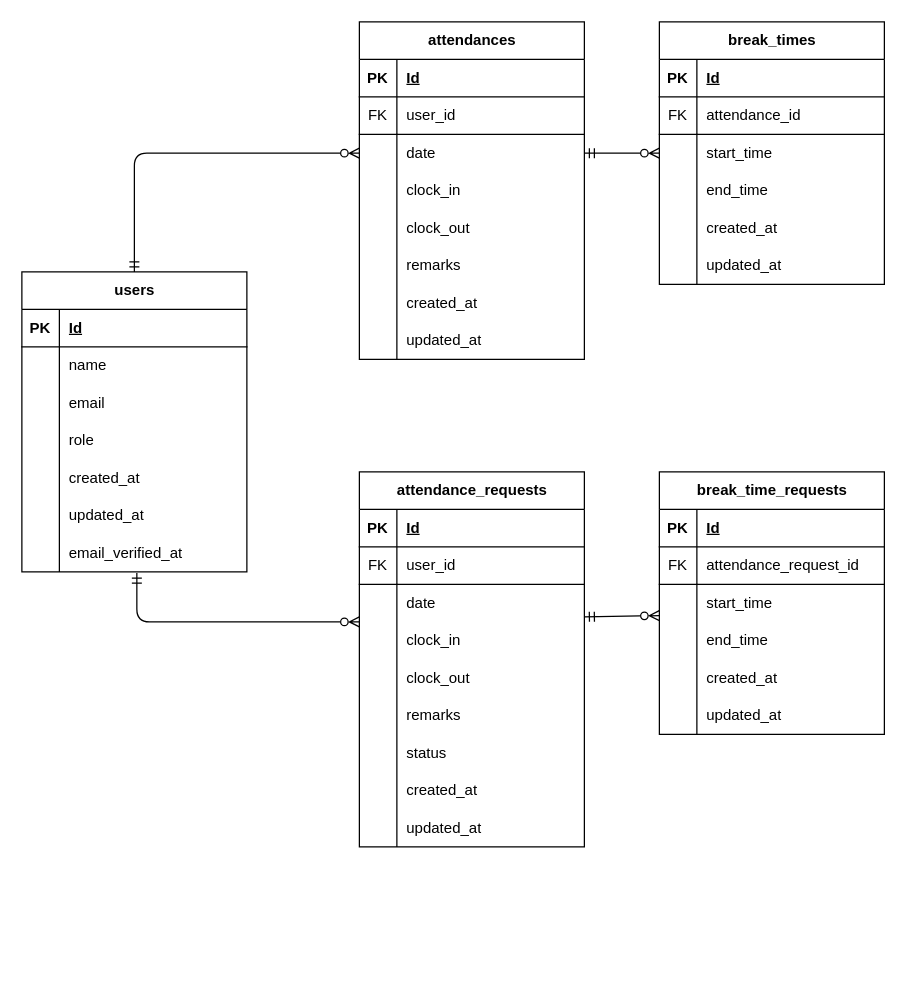
sugamura-aya/attendance-management-app keeps this draw.io diagram as docs/er-diagram.drawio. Above is the earlier version. Source tidied: cells renumbered, new cells numbered last; positions are measured from the earlier drawing's top-left corner, leaving out a move shared by most shapes. Both pictures are drawn from the tidied source at 125%, with x=0, y=0 at pixel (21, 21).
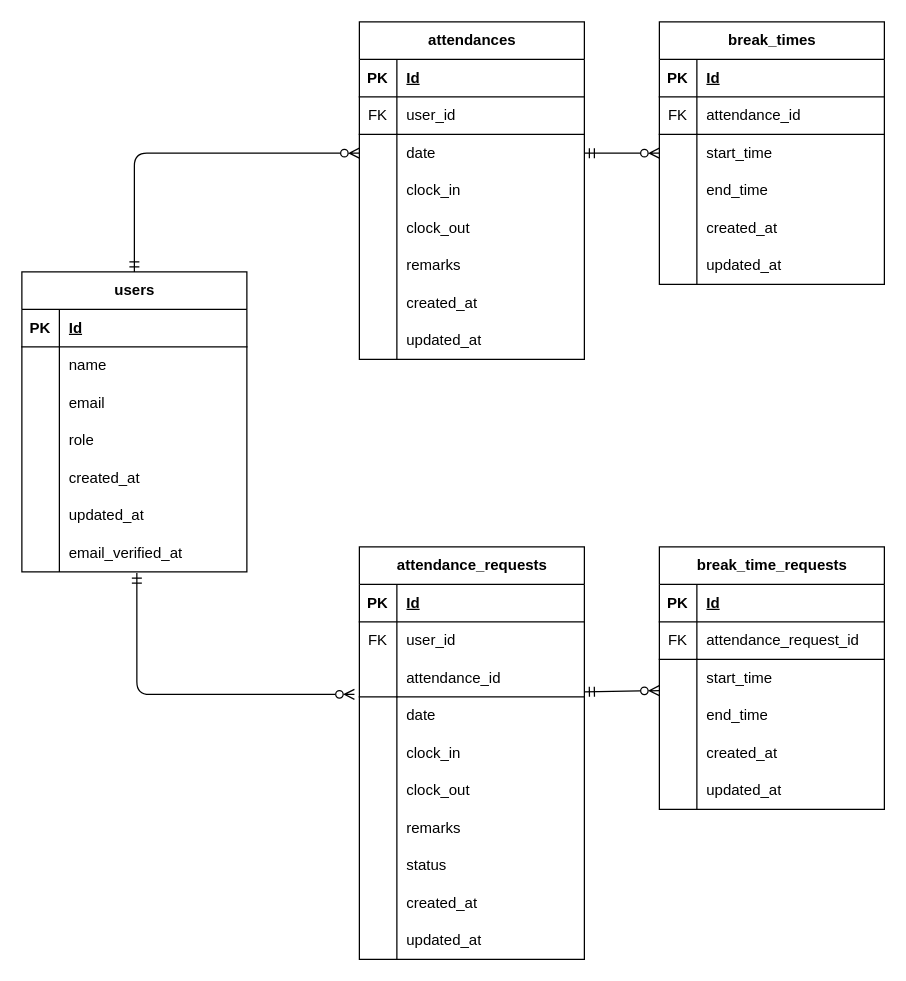
The same diagram, later.

Unchanged cells that the change refers to:
```xml
<mxCell id="21" style="shape=tableRow;horizontal=0;startSize=0;swimlaneHead=0;swimlaneBody=0;fillColor=none;points=[[0,0.5],[1,0.5]];portConstraint=eastwest;top=0;left=0;right=0;bottom=0;" parent="2" vertex="1">
  <mxGeometry y="210" width="180" height="30" as="geometry" />
</mxCell>
<mxCell id="74" style="shape=tableRow;horizontal=0;startSize=0;swimlaneHead=0;swimlaneBody=0;fillColor=none;top=0;left=0;right=0;bottom=0;" parent="70" vertex="1">
  <mxGeometry y="60" width="180" height="30" as="geometry" />
</mxCell>
<mxCell id="105" style="shape=tableRow;horizontal=0;startSize=0;swimlaneHead=0;swimlaneBody=0;fillColor=none;points=[[0,0.5],[1,0.5]];portConstraint=eastwest;top=0;left=0;right=0;bottom=0;" parent="98" vertex="1">
  <mxGeometry y="90" width="180" height="30" as="geometry" />
</mxCell>
```

Change to the diagram source:
```diff
@@
     <mxCell id="70" value="attendance_requests" style="shape=table;startSize=30;childLayout=tableLayout;rowLines=0;fontStyle=1;align=center;html=1;" parent="1" vertex="1">
-      <mxGeometry x="270" y="360" width="180" height="300" as="geometry" />
+      <mxGeometry x="270" y="420" width="180" height="330" as="geometry" />
     </mxCell>
@@
-    <mxCell id="75" value="FK" style="shape=partialRectangle;fillColor=none;top=0;left=0;bottom=1;right=0;overflow=hidden;whiteSpace=wrap;html=1;" parent="74" vertex="1">
+    <mxCell id="75" value="FK" style="shape=partialRectangle;fillColor=none;top=0;left=0;bottom=0;right=0;overflow=hidden;whiteSpace=wrap;html=1;" parent="74" vertex="1">
       <mxGeometry width="30" height="30" as="geometry" />
     </mxCell>
-    <mxCell id="76" value="user_id" style="shape=partialRectangle;fillColor=none;top=0;left=0;bottom=1;right=0;align=left;spacingLeft=6;overflow=hidden;whiteSpace=wrap;html=1;" parent="74" vertex="1">
+    <mxCell id="76" value="user_id" style="shape=partialRectangle;fillColor=none;top=0;left=0;bottom=0;right=0;align=left;spacingLeft=6;overflow=hidden;whiteSpace=wrap;html=1;" parent="74" vertex="1">
       <mxGeometry x="30" width="150" height="30" as="geometry" />
     </mxCell>
+    <mxCell id="119" style="shape=tableRow;horizontal=0;startSize=0;swimlaneHead=0;swimlaneBody=0;fillColor=none;points=[[0,0.5],[1,0.5]];portConstraint=eastwest;top=0;left=0;right=0;bottom=0;" parent="70" vertex="1">
+      <mxGeometry y="90" width="180" height="30" as="geometry" />
+    </mxCell>
+    <mxCell id="120" style="shape=partialRectangle;fillColor=none;top=0;left=0;bottom=1;right=0;overflow=hidden;whiteSpace=wrap;html=1;" parent="119" vertex="1">
+      <mxGeometry width="30" height="30" as="geometry" />
+    </mxCell>
+    <mxCell id="121" value="attendance_id" style="shape=partialRectangle;fillColor=none;top=0;left=0;bottom=1;right=0;align=left;spacingLeft=6;overflow=hidden;whiteSpace=wrap;html=1;" parent="119" vertex="1">
+      <mxGeometry x="30" width="150" height="30" as="geometry" />
+    </mxCell>
     <mxCell id="77" style="shape=tableRow;horizontal=0;startSize=0;swimlaneHead=0;swimlaneBody=0;fillColor=none;top=0;left=0;right=0;bottom=0;" parent="70" vertex="1">
-      <mxGeometry y="90" width="180" height="30" as="geometry" />
+      <mxGeometry y="120" width="180" height="30" as="geometry" />
     </mxCell>
@@
     <mxCell id="80" style="shape=tableRow;horizontal=0;startSize=0;swimlaneHead=0;swimlaneBody=0;fillColor=none;points=[[0,0.5],[1,0.5]];portConstraint=eastwest;top=0;left=0;right=0;bottom=0;" parent="70" vertex="1">
-      <mxGeometry y="120" width="180" height="30" as="geometry" />
+      <mxGeometry y="150" width="180" height="30" as="geometry" />
     </mxCell>
@@
     <mxCell id="83" style="shape=tableRow;horizontal=0;startSize=0;swimlaneHead=0;swimlaneBody=0;fillColor=none;top=0;left=0;right=0;bottom=0;" parent="70" vertex="1">
-      <mxGeometry y="150" width="180" height="30" as="geometry" />
+      <mxGeometry y="180" width="180" height="30" as="geometry" />
     </mxCell>
@@
     <mxCell id="86" style="shape=tableRow;horizontal=0;startSize=0;swimlaneHead=0;swimlaneBody=0;fillColor=none;top=0;left=0;right=0;bottom=0;" parent="70" vertex="1">
-      <mxGeometry y="180" width="180" height="30" as="geometry" />
+      <mxGeometry y="210" width="180" height="30" as="geometry" />
     </mxCell>
@@
     <mxCell id="89" style="shape=tableRow;horizontal=0;startSize=0;swimlaneHead=0;swimlaneBody=0;fillColor=none;top=0;left=0;right=0;bottom=0;" parent="70" vertex="1">
-      <mxGeometry y="210" width="180" height="30" as="geometry" />
+      <mxGeometry y="240" width="180" height="30" as="geometry" />
     </mxCell>
@@
     <mxCell id="92" style="shape=tableRow;horizontal=0;startSize=0;swimlaneHead=0;swimlaneBody=0;fillColor=none;top=0;left=0;right=0;bottom=0;" parent="70" vertex="1">
-      <mxGeometry y="240" width="180" height="30" as="geometry" />
+      <mxGeometry y="270" width="180" height="30" as="geometry" />
     </mxCell>
@@
     <mxCell id="95" style="shape=tableRow;horizontal=0;startSize=0;swimlaneHead=0;swimlaneBody=0;fillColor=none;top=0;left=0;right=0;bottom=0;" parent="70" vertex="1">
-      <mxGeometry y="270" width="180" height="30" as="geometry" />
+      <mxGeometry y="300" width="180" height="30" as="geometry" />
     </mxCell>
@@
     <mxCell id="98" value="break_time_requests" style="shape=table;startSize=30;childLayout=tableLayout;rowLines=0;fontStyle=1;align=center;html=1;" parent="1" vertex="1">
-      <mxGeometry x="510" y="360" width="180" height="210" as="geometry" />
+      <mxGeometry x="510" y="420" width="180" height="210" as="geometry" />
     </mxCell>
@@
-    <mxCell id="117" style="edgeStyle=none;html=1;startArrow=ERzeroToMany;startFill=0;endArrow=ERmandOne;endFill=0;exitX=0;exitY=0.833;exitDx=0;exitDy=0;exitPerimeter=0;" parent="1" edge="1" source="105">
-      <mxGeometry relative="1" as="geometry">
-        <mxPoint x="450" y="476" as="targetPoint" />
-      </mxGeometry>
+    <mxCell id="117" style="edgeStyle=none;html=1;startArrow=ERzeroToMany;startFill=0;endArrow=ERmandOne;endFill=0;exitX=0;exitY=0.833;exitDx=0;exitDy=0;exitPerimeter=0;entryX=1;entryY=0.867;entryDx=0;entryDy=0;entryPerimeter=0;" parent="1" edge="1" source="105" target="119">
+      <mxGeometry relative="1" as="geometry" />
     </mxCell>
-    <mxCell id="118" style="edgeStyle=none;html=1;entryX=0.511;entryY=1.033;entryDx=0;entryDy=0;exitX=0;exitY=0;exitDx=0;exitDy=0;startArrow=ERzeroToMany;startFill=0;endArrow=ERmandOne;endFill=0;entryPerimeter=0;exitPerimeter=0;" parent="1" edge="1" source="80" target="21">
+    <mxCell id="118" style="edgeStyle=none;html=1;entryX=0.511;entryY=1.033;entryDx=0;entryDy=0;exitX=-0.022;exitY=0.933;exitDx=0;exitDy=0;startArrow=ERzeroToMany;startFill=0;endArrow=ERmandOne;endFill=0;entryPerimeter=0;exitPerimeter=0;" parent="1" edge="1" source="119" target="21">
       <mxGeometry relative="1" as="geometry">
         <Array as="points">
-          <mxPoint x="92" y="480" />
+          <mxPoint x="92" y="538" />
         </Array>
       </mxGeometry>
     </mxCell>
```
